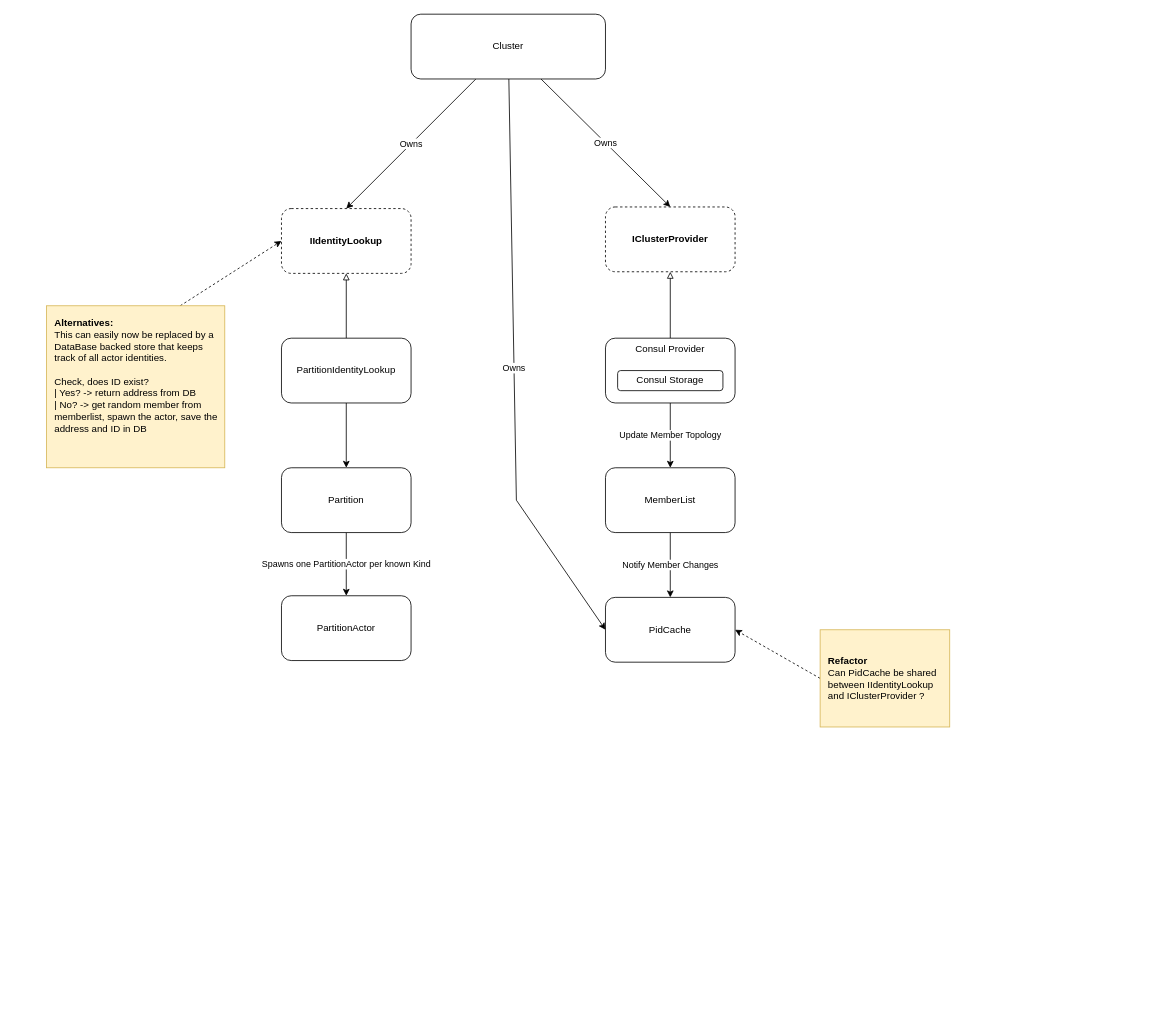
Earlier version of the draw.io diagram page "Sida-1" (1 of 2) of cluster.drawio (asynkron/protoactor-dotnet). Source tidied: cells renumbered, new cells numbered last; positions are measured from the earlier drawing's top-left corner, leaving out a move shared by most shapes. Both pictures are drawn from the tidied source at 81%, with x=0, y=0 at pixel (46, 14).
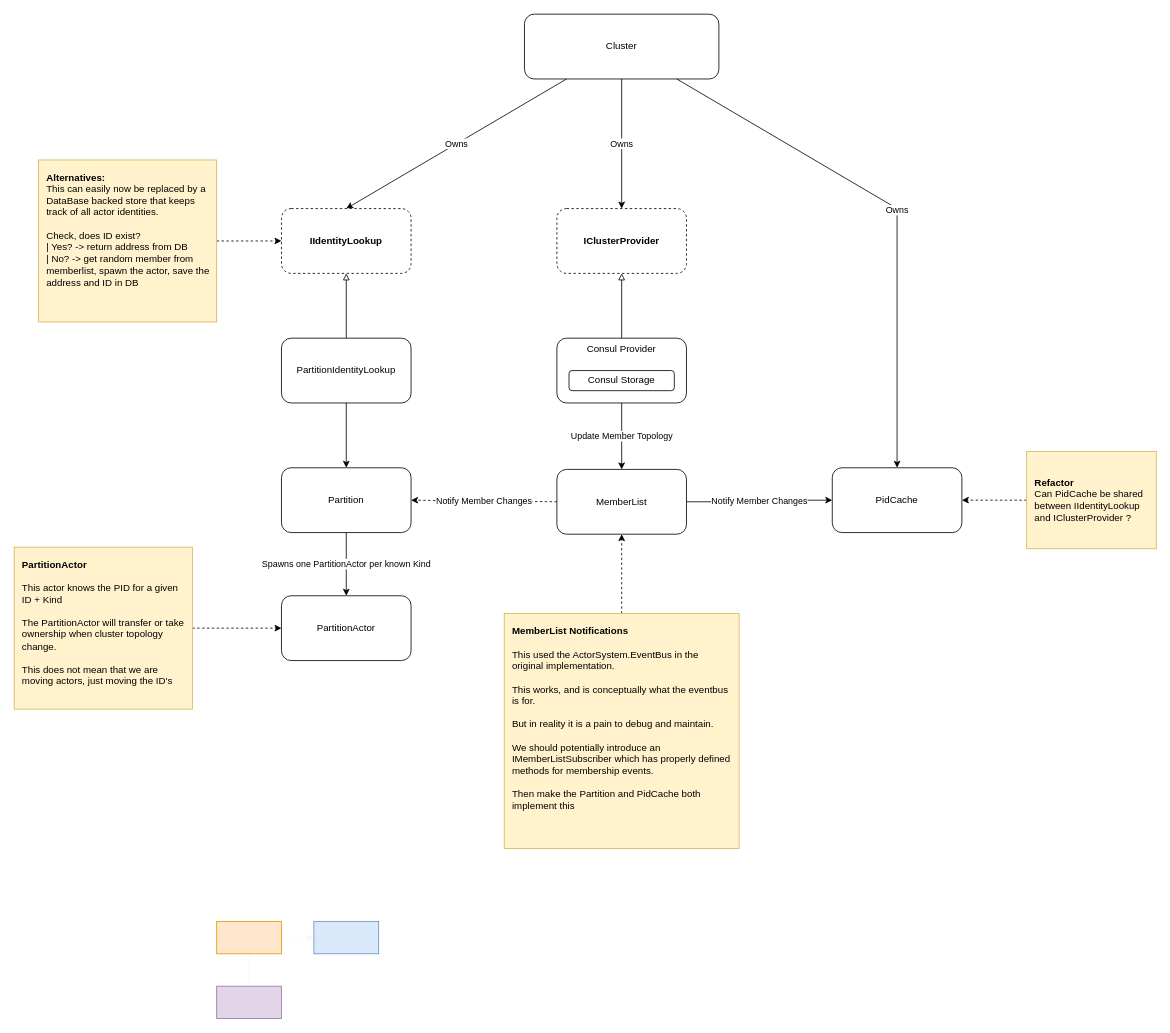
Above is the later version.

Unchanged cells that the change refers to:
```xml
<mxCell id="9" value="Partition" style="rounded=1;whiteSpace=wrap;html=1;" parent="1" vertex="1">
  <mxGeometry x="290" y="560" width="160" height="80" as="geometry" />
</mxCell>
<mxCell id="10" value="PartitionActor" style="rounded=1;whiteSpace=wrap;html=1;" parent="1" vertex="1">
  <mxGeometry x="290" y="718" width="160" height="80" as="geometry" />
</mxCell>
<mxCell id="15" value="IIdentityLookup" style="rounded=1;whiteSpace=wrap;html=1;dashed=1;fontStyle=1;" parent="1" vertex="1">
  <mxGeometry x="290" y="240" width="160" height="80" as="geometry" />
</mxCell>
```

Diff of the diagram source:
```diff
@@
     <mxCell id="3" value="IClusterProvider" style="rounded=1;whiteSpace=wrap;html=1;dashed=1;fontStyle=1;" parent="1" vertex="1">
-      <mxGeometry x="690" y="238" width="160" height="80" as="geometry" />
+      <mxGeometry x="630" y="240" width="160" height="80" as="geometry" />
     </mxCell>
-    <mxCell id="4" value="Notify Member Changes" style="edgeStyle=orthogonalEdgeStyle;rounded=0;jettySize=auto;html=1;exitX=0.5;exitY=1;exitDx=0;exitDy=0;entryX=0.5;entryY=0;entryDx=0;entryDy=0;endArrow=classic;endFill=1;" parent="1" edge="1" source="5" target="7">
+    <mxCell id="4" value="Notify Member Changes" style="edgeStyle=orthogonalEdgeStyle;rounded=0;jettySize=auto;html=1;exitX=1;exitY=0.5;exitDx=0;exitDy=0;entryX=0;entryY=0.5;entryDx=0;entryDy=0;endArrow=classic;endFill=1;" parent="1" edge="1" source="5" target="7">
       <mxGeometry relative="1" as="geometry" />
     </mxCell>
+    <mxCell id="26" value="Notify Member Changes" style="edgeStyle=none;rounded=0;jettySize=auto;html=1;exitX=0;exitY=0.5;exitDx=0;exitDy=0;entryX=1;entryY=0.5;entryDx=0;entryDy=0;dashed=1;labelBackgroundColor=#ffffff;endArrow=classic;endFill=1;strokeColor=#000000;fontColor=#000000;" parent="1" edge="1" source="5" target="9">
+      <mxGeometry relative="1" as="geometry" />
+    </mxCell>
     <mxCell id="5" value="MemberList" style="rounded=1;whiteSpace=wrap;html=1;" parent="1" vertex="1">
-      <mxGeometry x="690" y="560" width="160" height="80" as="geometry" />
+      <mxGeometry x="630" y="562" width="160" height="80" as="geometry" />
     </mxCell>
@@
     <mxCell id="7" value="PidCache" style="rounded=1;whiteSpace=wrap;html=1;" parent="1" vertex="1">
-      <mxGeometry x="690" y="720" width="160" height="80" as="geometry" />
+      <mxGeometry x="970" y="560" width="160" height="80" as="geometry" />
     </mxCell>
@@
-    <mxCell id="13" value="Owns" style="edgeStyle=none;rounded=0;jettySize=auto;html=1;entryX=0;entryY=0.5;entryDx=0;entryDy=0;endArrow=classic;endFill=1;" parent="1" edge="1" source="14" target="7">
+    <mxCell id="13" value="Owns" style="edgeStyle=none;rounded=0;jettySize=auto;html=1;entryX=0.5;entryY=0;entryDx=0;entryDy=0;endArrow=classic;endFill=1;" parent="1" edge="1" source="14" target="7">
       <mxGeometry relative="1" as="geometry">
         <Array as="points">
-          <mxPoint x="580" y="600" />
+          <mxPoint x="1050" y="240" />
         </Array>
       </mxGeometry>
     </mxCell>
     <mxCell id="14" value="Cluster" style="rounded=1;whiteSpace=wrap;html=1;" parent="1" vertex="1">
-      <mxGeometry x="450" width="240" height="80" as="geometry" />
+      <mxGeometry x="590" width="240" height="80" as="geometry" />
     </mxCell>
@@
     <mxCell id="20" value="&lt;b&gt;Refactor&lt;/b&gt;&lt;br&gt;Can PidCache be shared between IIdentityLookup and IClusterProvider ?" style="rounded=0;whiteSpace=wrap;html=1;fillColor=#fff2cc;strokeColor=#d6b656;align=left;spacing=10;" parent="1" vertex="1">
-      <mxGeometry x="955" y="760" width="160" height="120" as="geometry" />
+      <mxGeometry x="1210" y="540" width="160" height="120" as="geometry" />
     </mxCell>
-    <mxCell id="21" style="edgeStyle=none;rounded=0;jettySize=auto;html=1;exitX=0.75;exitY=0;exitDx=0;exitDy=0;entryX=0;entryY=0.5;entryDx=0;entryDy=0;labelBackgroundColor=none;endArrow=classic;endFill=1;strokeColor=#000000;fontColor=#000000;dashed=1;" parent="1" edge="1" source="22" target="15">
+    <mxCell id="21" style="edgeStyle=none;rounded=0;jettySize=auto;html=1;exitX=1;exitY=0.5;exitDx=0;exitDy=0;entryX=0;entryY=0.5;entryDx=0;entryDy=0;labelBackgroundColor=none;endArrow=classic;endFill=1;strokeColor=#000000;fontColor=#000000;dashed=1;" parent="1" edge="1" source="22" target="15">
       <mxGeometry relative="1" as="geometry" />
     </mxCell>
     <mxCell id="22" value="&lt;b&gt;Alternatives:&lt;/b&gt;&lt;br&gt;This can easily now be replaced by a DataBase backed store that keeps track of all actor identities.&lt;br&gt;&lt;br&gt;Check, does ID exist?&lt;br&gt;| Yes? -&amp;gt; return address from DB&lt;br&gt;| No? -&amp;gt; get random member from memberlist, spawn the actor, save the address and ID in DB" style="rounded=0;whiteSpace=wrap;html=1;fillColor=#fff2cc;strokeColor=#d6b656;align=left;spacing=10;verticalAlign=top;" parent="1" vertex="1">
-      <mxGeometry y="360" width="220" height="200" as="geometry" />
+      <mxGeometry x="-10" y="180" width="220" height="200" as="geometry" />
     </mxCell>
     <mxCell id="23" style="group;" parent="1" vertex="1">
-      <mxGeometry x="690" y="400" width="160" height="80" as="geometry" />
+      <mxGeometry x="630" y="400" width="160" height="80" as="geometry" />
     </mxCell>
@@
+    <mxCell id="27" style="edgeStyle=none;rounded=0;jettySize=auto;html=1;exitX=1;exitY=0.5;exitDx=0;exitDy=0;entryX=0;entryY=0.5;entryDx=0;entryDy=0;dashed=1;labelBackgroundColor=#ffffff;endArrow=classic;endFill=1;strokeColor=#000000;fontColor=#000000;" parent="1" edge="1" source="28" target="10">
+      <mxGeometry relative="1" as="geometry" />
+    </mxCell>
+    <mxCell id="28" value="&lt;b&gt;PartitionActor&lt;/b&gt;&lt;br&gt;&lt;br&gt;This actor knows the PID for a given ID + Kind&lt;br&gt;&lt;br&gt;The PartitionActor will transfer or take ownership when cluster topology change.&lt;br&gt;&lt;br&gt;This does not mean that we are moving actors, just moving the ID's" style="rounded=0;whiteSpace=wrap;html=1;fillColor=#fff2cc;strokeColor=#d6b656;align=left;spacing=10;verticalAlign=top;" parent="1" vertex="1">
+      <mxGeometry x="-40" y="658" width="220" height="200" as="geometry" />
+    </mxCell>
+    <mxCell id="29" style="edgeStyle=none;rounded=0;jettySize=auto;html=1;exitX=0.5;exitY=0;exitDx=0;exitDy=0;entryX=0.5;entryY=1;entryDx=0;entryDy=0;dashed=1;labelBackgroundColor=#ffffff;endArrow=classic;endFill=1;strokeColor=#000000;fontColor=#000000;" parent="1" edge="1" source="30" target="5">
+      <mxGeometry relative="1" as="geometry" />
+    </mxCell>
+    <mxCell id="30" value="&lt;b&gt;MemberList Notifications&lt;/b&gt;&lt;br&gt;&lt;br&gt;This used the ActorSystem.EventBus in the original implementation.&lt;br&gt;&lt;br&gt;This works, and is conceptually what the eventbus is for.&lt;br&gt;&lt;br&gt;But in reality it is a pain to debug and maintain.&amp;nbsp;&amp;nbsp;&lt;br&gt;&lt;br&gt;We should potentially introduce an IMemberListSubscriber which has properly defined methods for membership events.&lt;br&gt;&lt;br&gt;Then make the Partition and PidCache both implement this&amp;nbsp;" style="rounded=0;whiteSpace=wrap;html=1;fillColor=#fff2cc;strokeColor=#d6b656;align=left;spacing=10;verticalAlign=top;" parent="1" vertex="1">
+      <mxGeometry x="565" y="740" width="290" height="290" as="geometry" />
+    </mxCell>
+    <mxCell id="31" style="edgeStyle=none;rounded=0;jettySize=auto;html=1;exitX=1;exitY=0.5;exitDx=0;exitDy=0;entryX=0;entryY=0.5;entryDx=0;entryDy=0;dashed=1;labelBackgroundColor=#ffffff;endArrow=classic;endFill=1;strokeColor=#F7F7F7;fontColor=#000000;" parent="1" edge="1" source="32" target="33">
+      <mxGeometry relative="1" as="geometry" />
+    </mxCell>
+    <mxCell id="32" style="rounded=0;whiteSpace=wrap;html=1;strokeColor=#d79b00;fillColor=#ffe6cc;align=left;" parent="1" vertex="1">
+      <mxGeometry x="210" y="1120" width="80" height="40" as="geometry" />
+    </mxCell>
+    <mxCell id="33" style="rounded=0;whiteSpace=wrap;html=1;strokeColor=#6c8ebf;fillColor=#dae8fc;align=left;" parent="1" vertex="1">
+      <mxGeometry x="330" y="1120" width="80" height="40" as="geometry" />
+    </mxCell>
+    <mxCell id="34" style="edgeStyle=none;rounded=0;jettySize=auto;html=1;exitX=0.5;exitY=0;exitDx=0;exitDy=0;entryX=0.5;entryY=1;entryDx=0;entryDy=0;labelBackgroundColor=#ffffff;endArrow=block;endFill=0;strokeColor=#F7F7F7;fontColor=#000000;" parent="1" edge="1" source="35" target="32">
+      <mxGeometry relative="1" as="geometry" />
+    </mxCell>
+    <mxCell id="35" style="rounded=0;whiteSpace=wrap;html=1;strokeColor=#9673a6;fillColor=#e1d5e7;align=left;" parent="1" vertex="1">
+      <mxGeometry x="210" y="1200" width="80" height="40" as="geometry" />
+    </mxCell>
```
